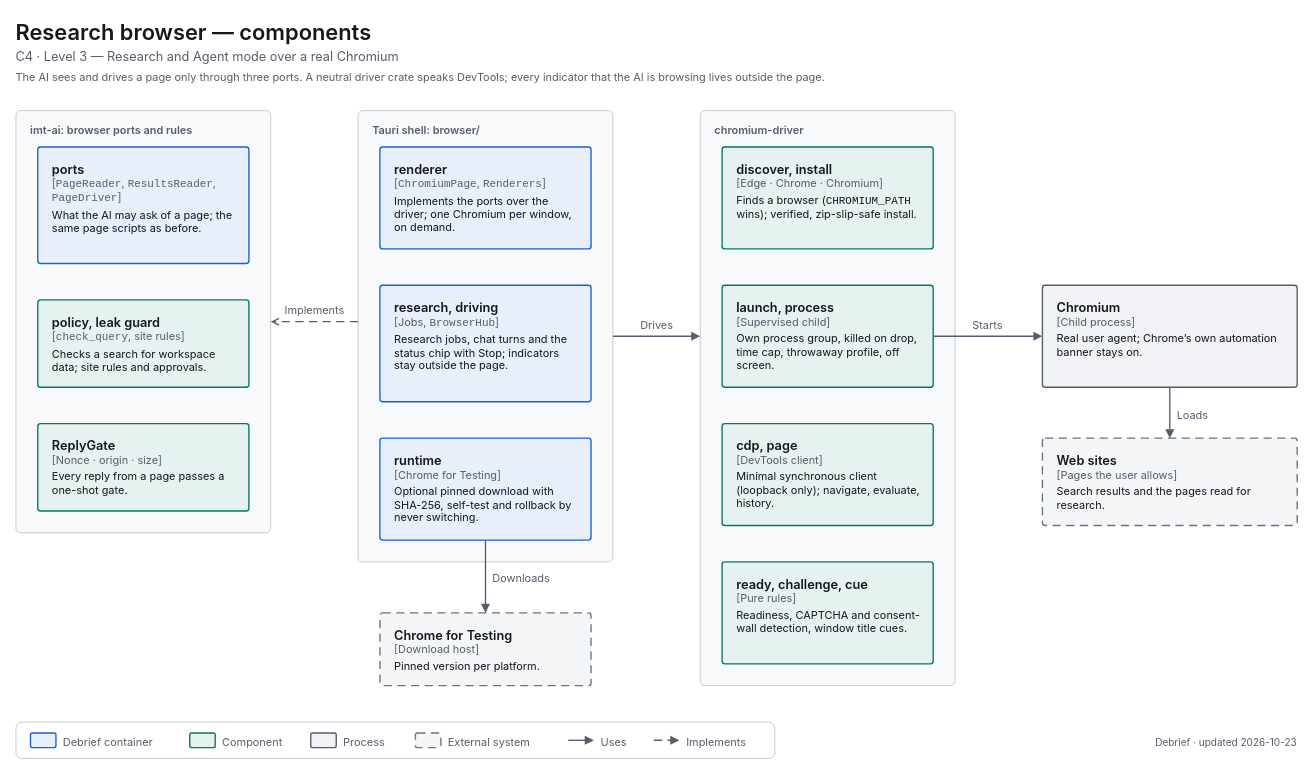
Above: docs/diagrams/c4-3-research-browser.drawio in decryp7/integrated_maintenance_tool (draw.io), before the change. Source tidied: cells renumbered, new cells numbered last; positions are measured from the earlier drawing's top-left corner, leaving out a move shared by most shapes. Both pictures are drawn from the tidied source at 91%, with x=0, y=0 at pixel (15, 15).
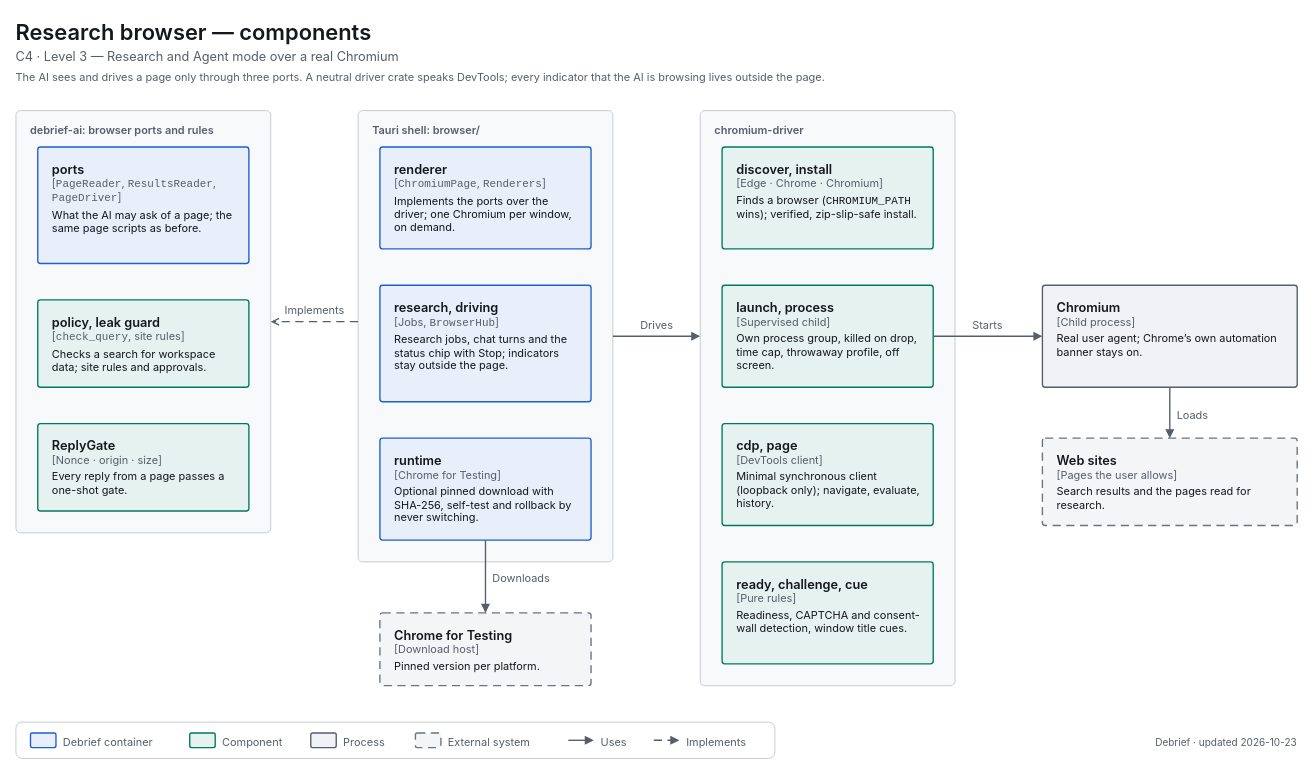
The same diagram, later.

The edit, as a diff of the source:
```diff
@@
-    <mxCell id="5" value="&lt;span style=&quot;font-size:12px;font-weight:600&quot;&gt;imt-ai: browser ports and rules&lt;/span&gt;" style="html=1;whiteSpace=wrap;fontFamily=-apple-system,BlinkMacSystemFont,Segoe UI,system-ui,sans-serif;fontSize=12;fontColor=light-dark(#14171C,#ECEEF1);rounded=1;absoluteArcSize=1;arcSize=10;strokeWidth=1;strokeColor=light-dark(#C4C7CD,#353A42);fillColor=light-dark(#F8F9FA,#121418);align=left;verticalAlign=top;spacingLeft=14;spacingTop=8;fontColor=light-dark(#565E6B,#A0A7B2);" parent="1" vertex="1">
+    <mxCell id="5" value="&lt;span style=&quot;font-size:12px;font-weight:600&quot;&gt;debrief-ai: browser ports and rules&lt;/span&gt;" style="html=1;whiteSpace=wrap;fontFamily=-apple-system,BlinkMacSystemFont,Segoe UI,system-ui,sans-serif;fontSize=12;fontColor=light-dark(#14171C,#ECEEF1);rounded=1;absoluteArcSize=1;arcSize=10;strokeWidth=1;strokeColor=light-dark(#C4C7CD,#353A42);fillColor=light-dark(#F8F9FA,#121418);align=left;verticalAlign=top;spacingLeft=14;spacingTop=8;fontColor=light-dark(#565E6B,#A0A7B2);" parent="1" vertex="1">
       <mxGeometry y="104" width="280" height="464" as="geometry" />
     </mxCell>
```
